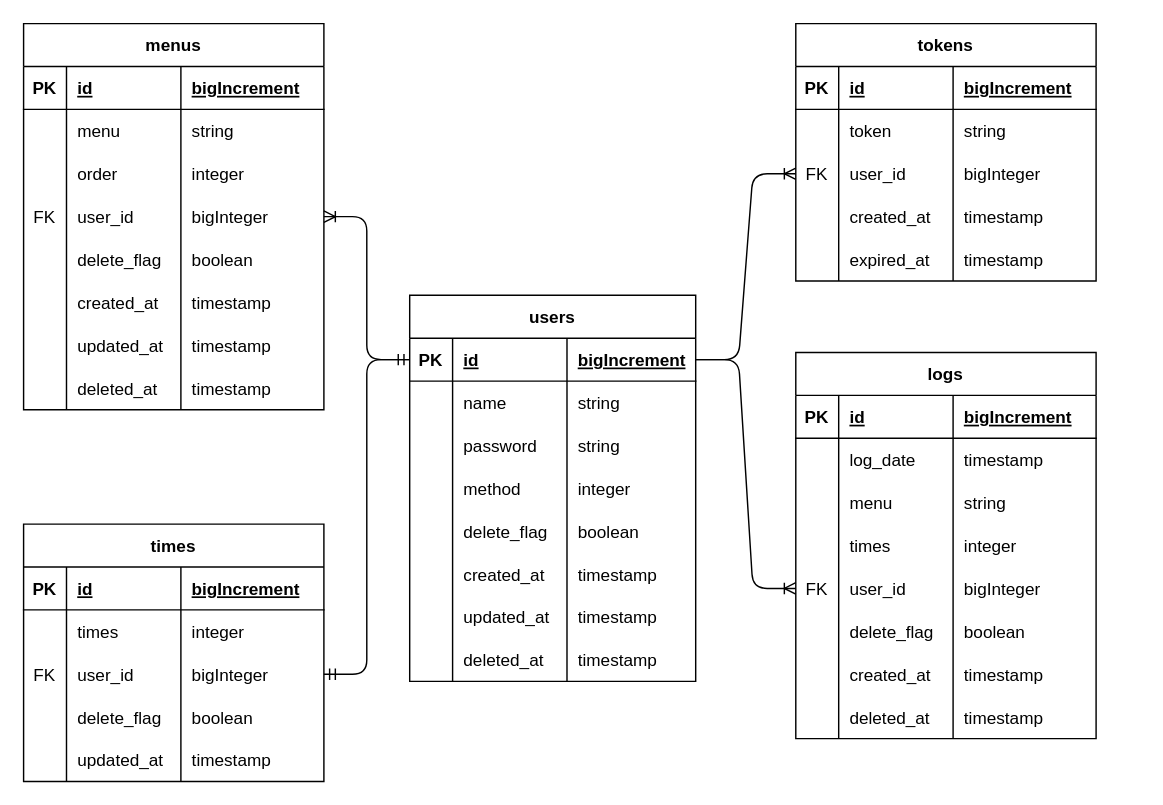
anti-paper/design keeps this draw.io diagram as database.drawio. Above is the earlier version. Source tidied: cells renumbered, new cells numbered last; positions are measured from the earlier drawing's top-left corner, leaving out a move shared by most shapes. Both pictures are drawn from the tidied source at 143%, with x=0, y=0 at pixel (23, 23).
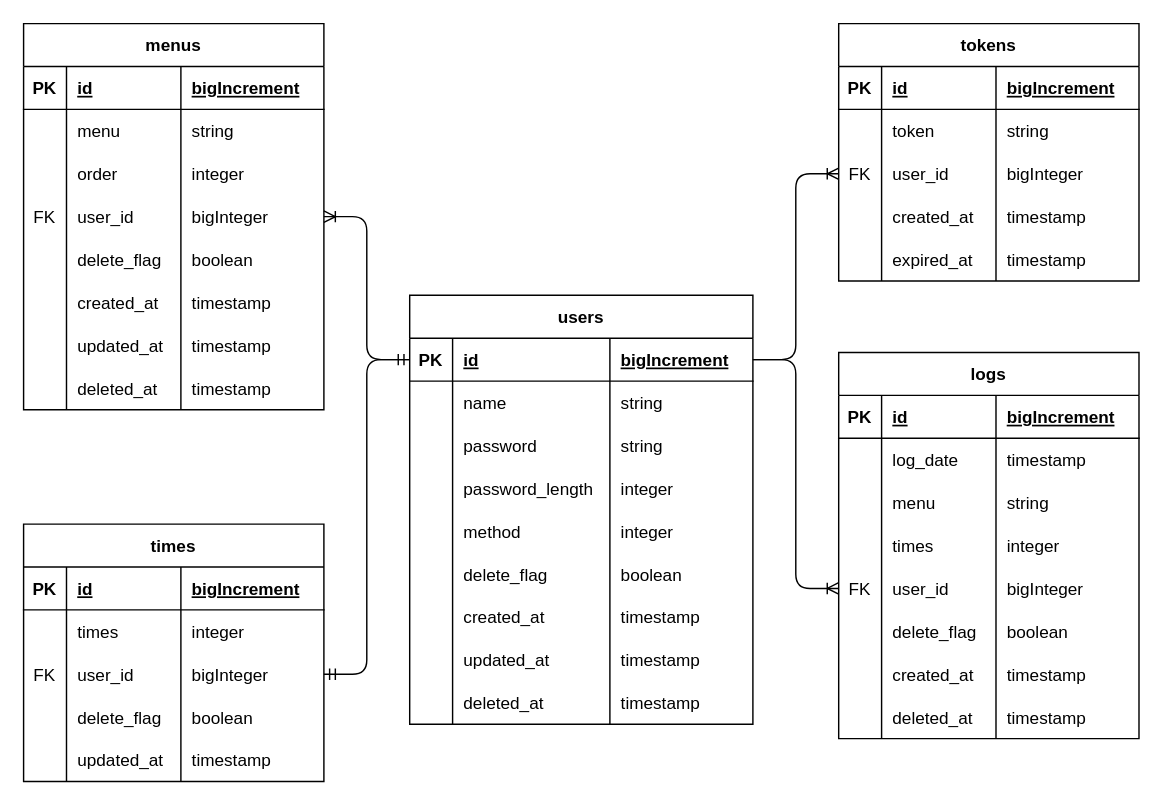
Above is the later version.

The edit, as a diff of the source:
```diff
@@
     <mxCell id="2" value="users" style="shape=table;startSize=30;childLayout=tableLayout;rowLines=0;fontStyle=1;align=center;" parent="1" vertex="1">
-      <mxGeometry x="270" y="190" width="200" height="270" as="geometry" />
+      <mxGeometry x="270" y="190" width="240" height="300" as="geometry" />
     </mxCell>
     <mxCell id="3" style="shape=tableRow;horizontal=0;startSize=0;swimlaneHead=0;swimlaneBody=0;fillColor=none;points=[[0,0.5],[1,0.5]];portConstraint=eastwest;top=0;left=0;right=0;bottom=1;" parent="2" vertex="1">
-      <mxGeometry y="30" width="200" height="30" as="geometry" />
+      <mxGeometry y="30" width="240" height="30" as="geometry" />
     </mxCell>
@@
     <mxCell id="5" value="id" style="shape=partialRectangle;fillColor=none;top=0;left=0;bottom=0;right=0;align=left;spacingLeft=6;fontStyle=5;overflow=hidden;" parent="3" vertex="1">
-      <mxGeometry x="30" width="80" height="30" as="geometry" />
+      <mxGeometry x="30" width="110" height="30" as="geometry" />
     </mxCell>
     <mxCell id="6" value="bigIncrement" style="shape=partialRectangle;fillColor=none;top=0;left=0;bottom=0;right=0;align=left;spacingLeft=6;fontStyle=5;overflow=hidden;" parent="3" vertex="1">
-      <mxGeometry x="110" width="90" height="30" as="geometry" />
+      <mxGeometry x="140" width="100" height="30" as="geometry" />
     </mxCell>
     <mxCell id="7" style="shape=tableRow;horizontal=0;startSize=0;swimlaneHead=0;swimlaneBody=0;fillColor=none;top=0;left=0;right=0;bottom=0;" parent="2" vertex="1">
-      <mxGeometry y="60" width="200" height="30" as="geometry" />
+      <mxGeometry y="60" width="240" height="30" as="geometry" />
     </mxCell>
@@
     <mxCell id="9" value="name" style="shape=partialRectangle;fillColor=none;top=0;left=0;bottom=0;right=0;align=left;spacingLeft=6;overflow=hidden;" parent="7" vertex="1">
-      <mxGeometry x="30" width="80" height="30" as="geometry" />
+      <mxGeometry x="30" width="110" height="30" as="geometry" />
     </mxCell>
     <mxCell id="10" value="string" style="shape=partialRectangle;fillColor=none;top=0;left=0;bottom=0;right=0;align=left;spacingLeft=6;overflow=hidden;" parent="7" vertex="1">
-      <mxGeometry x="110" width="90" height="30" as="geometry" />
+      <mxGeometry x="140" width="100" height="30" as="geometry" />
     </mxCell>
     <mxCell id="11" style="shape=tableRow;horizontal=0;startSize=0;swimlaneHead=0;swimlaneBody=0;fillColor=none;top=0;left=0;right=0;bottom=0;" parent="2" vertex="1">
-      <mxGeometry y="90" width="200" height="30" as="geometry" />
+      <mxGeometry y="90" width="240" height="30" as="geometry" />
     </mxCell>
@@
     <mxCell id="13" value="password" style="shape=partialRectangle;fillColor=none;top=0;left=0;bottom=0;right=0;align=left;spacingLeft=6;overflow=hidden;" parent="11" vertex="1">
-      <mxGeometry x="30" width="80" height="30" as="geometry" />
+      <mxGeometry x="30" width="110" height="30" as="geometry" />
     </mxCell>
     <mxCell id="14" value="string" style="shape=partialRectangle;fillColor=none;top=0;left=0;bottom=0;right=0;align=left;spacingLeft=6;overflow=hidden;" parent="11" vertex="1">
-      <mxGeometry x="110" width="90" height="30" as="geometry" />
+      <mxGeometry x="140" width="100" height="30" as="geometry" />
     </mxCell>
+    <mxCell id="147" style="shape=tableRow;horizontal=0;startSize=0;swimlaneHead=0;swimlaneBody=0;fillColor=none;top=0;left=0;right=0;bottom=0;" parent="2" vertex="1">
+      <mxGeometry y="120" width="240" height="30" as="geometry" />
+    </mxCell>
+    <mxCell id="148" style="shape=partialRectangle;fillColor=none;top=0;left=0;bottom=0;right=0;overflow=hidden;" parent="147" vertex="1">
+      <mxGeometry width="30" height="30" as="geometry" />
+    </mxCell>
+    <mxCell id="149" value="password_length" style="shape=partialRectangle;fillColor=none;top=0;left=0;bottom=0;right=0;align=left;spacingLeft=6;overflow=hidden;" parent="147" vertex="1">
+      <mxGeometry x="30" width="110" height="30" as="geometry" />
+    </mxCell>
+    <mxCell id="150" value="integer" style="shape=partialRectangle;fillColor=none;top=0;left=0;bottom=0;right=0;align=left;spacingLeft=6;overflow=hidden;" parent="147" vertex="1">
+      <mxGeometry x="140" width="100" height="30" as="geometry" />
+    </mxCell>
     <mxCell id="15" style="shape=tableRow;horizontal=0;startSize=0;swimlaneHead=0;swimlaneBody=0;fillColor=none;top=0;left=0;right=0;bottom=0;" parent="2" vertex="1">
-      <mxGeometry y="120" width="200" height="30" as="geometry" />
+      <mxGeometry y="150" width="240" height="30" as="geometry" />
     </mxCell>
@@
     <mxCell id="17" value="method" style="shape=partialRectangle;fillColor=none;top=0;left=0;bottom=0;right=0;align=left;spacingLeft=6;overflow=hidden;" parent="15" vertex="1">
-      <mxGeometry x="30" width="80" height="30" as="geometry" />
+      <mxGeometry x="30" width="110" height="30" as="geometry" />
     </mxCell>
     <mxCell id="18" value="integer" style="shape=partialRectangle;fillColor=none;top=0;left=0;bottom=0;right=0;align=left;spacingLeft=6;overflow=hidden;" parent="15" vertex="1">
-      <mxGeometry x="110" width="90" height="30" as="geometry" />
+      <mxGeometry x="140" width="100" height="30" as="geometry" />
     </mxCell>
     <mxCell id="19" style="shape=tableRow;horizontal=0;startSize=0;swimlaneHead=0;swimlaneBody=0;fillColor=none;top=0;left=0;right=0;bottom=0;" parent="2" vertex="1">
-      <mxGeometry y="150" width="200" height="30" as="geometry" />
+      <mxGeometry y="180" width="240" height="30" as="geometry" />
     </mxCell>
@@
     <mxCell id="21" value="delete_flag" style="shape=partialRectangle;fillColor=none;top=0;left=0;bottom=0;right=0;align=left;spacingLeft=6;overflow=hidden;" parent="19" vertex="1">
-      <mxGeometry x="30" width="80" height="30" as="geometry" />
+      <mxGeometry x="30" width="110" height="30" as="geometry" />
     </mxCell>
     <mxCell id="22" value="boolean" style="shape=partialRectangle;fillColor=none;top=0;left=0;bottom=0;right=0;align=left;spacingLeft=6;overflow=hidden;" parent="19" vertex="1">
-      <mxGeometry x="110" width="90" height="30" as="geometry" />
+      <mxGeometry x="140" width="100" height="30" as="geometry" />
     </mxCell>
     <mxCell id="23" style="shape=tableRow;horizontal=0;startSize=0;swimlaneHead=0;swimlaneBody=0;fillColor=none;top=0;left=0;right=0;bottom=0;" parent="2" vertex="1">
-      <mxGeometry y="180" width="200" height="30" as="geometry" />
+      <mxGeometry y="210" width="240" height="30" as="geometry" />
     </mxCell>
@@
     <mxCell id="25" value="created_at" style="shape=partialRectangle;fillColor=none;top=0;left=0;bottom=0;right=0;align=left;spacingLeft=6;overflow=hidden;" parent="23" vertex="1">
-      <mxGeometry x="30" width="80" height="30" as="geometry" />
+      <mxGeometry x="30" width="110" height="30" as="geometry" />
     </mxCell>
     <mxCell id="26" value="timestamp" style="shape=partialRectangle;fillColor=none;top=0;left=0;bottom=0;right=0;align=left;spacingLeft=6;overflow=hidden;" parent="23" vertex="1">
-      <mxGeometry x="110" width="90" height="30" as="geometry" />
+      <mxGeometry x="140" width="100" height="30" as="geometry" />
     </mxCell>
     <mxCell id="27" style="shape=tableRow;horizontal=0;startSize=0;swimlaneHead=0;swimlaneBody=0;fillColor=none;top=0;left=0;right=0;bottom=0;" parent="2" vertex="1">
-      <mxGeometry y="210" width="200" height="30" as="geometry" />
+      <mxGeometry y="240" width="240" height="30" as="geometry" />
     </mxCell>
@@
     <mxCell id="29" value="updated_at" style="shape=partialRectangle;fillColor=none;top=0;left=0;bottom=0;right=0;align=left;spacingLeft=6;overflow=hidden;" parent="27" vertex="1">
-      <mxGeometry x="30" width="80" height="30" as="geometry" />
+      <mxGeometry x="30" width="110" height="30" as="geometry" />
     </mxCell>
     <mxCell id="30" value="timestamp" style="shape=partialRectangle;fillColor=none;top=0;left=0;bottom=0;right=0;align=left;spacingLeft=6;overflow=hidden;" parent="27" vertex="1">
-      <mxGeometry x="110" width="90" height="30" as="geometry" />
+      <mxGeometry x="140" width="100" height="30" as="geometry" />
     </mxCell>
     <mxCell id="31" style="shape=tableRow;horizontal=0;startSize=0;swimlaneHead=0;swimlaneBody=0;fillColor=none;top=0;left=0;right=0;bottom=0;" parent="2" vertex="1">
-      <mxGeometry y="240" width="200" height="30" as="geometry" />
+      <mxGeometry y="270" width="240" height="30" as="geometry" />
     </mxCell>
@@
     <mxCell id="33" value="deleted_at" style="shape=partialRectangle;fillColor=none;top=0;left=0;bottom=0;right=0;align=left;spacingLeft=6;overflow=hidden;" parent="31" vertex="1">
-      <mxGeometry x="30" width="80" height="30" as="geometry" />
+      <mxGeometry x="30" width="110" height="30" as="geometry" />
     </mxCell>
     <mxCell id="34" value="timestamp" style="shape=partialRectangle;fillColor=none;top=0;left=0;bottom=0;right=0;align=left;spacingLeft=6;overflow=hidden;" parent="31" vertex="1">
-      <mxGeometry x="110" width="90" height="30" as="geometry" />
+      <mxGeometry x="140" width="100" height="30" as="geometry" />
     </mxCell>
     <mxCell id="35" value="tokens" style="shape=table;startSize=30;childLayout=tableLayout;rowLines=0;fontStyle=1;align=center;" parent="1" vertex="1">
-      <mxGeometry x="540" width="210" height="180" as="geometry" />
+      <mxGeometry x="570" width="210" height="180" as="geometry" />
     </mxCell>
@@
     <mxCell id="57" value="logs" style="shape=table;startSize=30;childLayout=tableLayout;rowLines=0;fontStyle=1;align=center;" parent="1" vertex="1">
-      <mxGeometry x="540" y="230" width="210" height="270" as="geometry" />
+      <mxGeometry x="570" y="230" width="210" height="270" as="geometry" />
     </mxCell>
```
